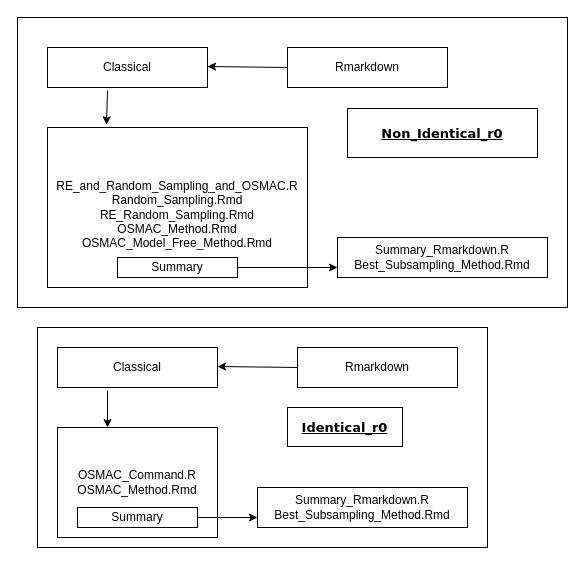
Above: Images/Rmarkdown.drawio in Amalan-ConStat/RS_OS_MROS_LR_Two_Var_Normal_Alpha (draw.io), before the change. Source tidied: cells renumbered, new cells numbered last; positions are measured from the earlier drawing's top-left corner, leaving out a move shared by most shapes. Both pictures are drawn from the tidied source at 100%, with x=0, y=0 at pixel (17, 17).
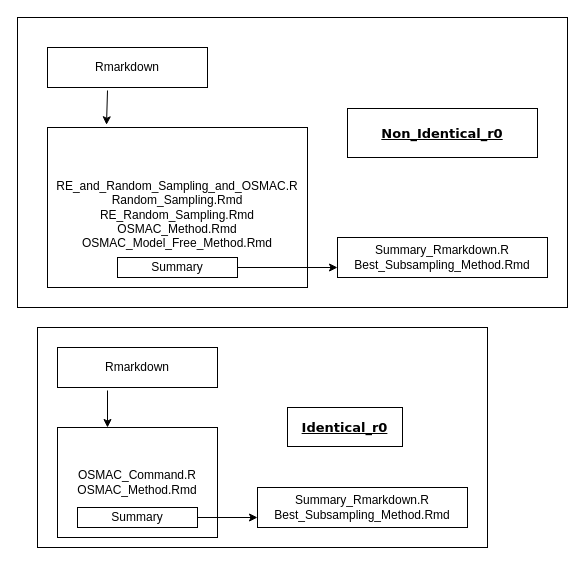
After the change.

Change to the diagram source:
```diff
@@
     <mxCell id="4" value="Rmarkdown" style="rounded=0;whiteSpace=wrap;html=1;" parent="1" vertex="1">
-      <mxGeometry x="270" y="30" width="160" height="40" as="geometry" />
+      <mxGeometry x="30" y="30" width="160" height="40" as="geometry" />
     </mxCell>
-    <mxCell id="5" value="Classical" style="rounded=0;whiteSpace=wrap;html=1;" parent="1" vertex="1">
-      <mxGeometry x="30" y="30" width="160" height="40" as="geometry" />
-    </mxCell>
-    <mxCell id="6" style="endArrow=classic;html=1;exitX=0;exitY=0.5;exitDx=0;exitDy=0;" parent="1" edge="1" source="4">
-      <mxGeometry relative="1" as="geometry">
-        <mxPoint x="190" y="49" as="targetPoint" />
-      </mxGeometry>
-    </mxCell>
@@
     <mxCell id="13" value="Rmarkdown" style="rounded=0;whiteSpace=wrap;html=1;" parent="1" vertex="1">
-      <mxGeometry x="280" y="330" width="160" height="40" as="geometry" />
+      <mxGeometry x="40" y="330" width="160" height="40" as="geometry" />
     </mxCell>
-    <mxCell id="14" value="Classical" style="rounded=0;whiteSpace=wrap;html=1;" parent="1" vertex="1">
-      <mxGeometry x="40" y="330" width="160" height="40" as="geometry" />
-    </mxCell>
-    <mxCell id="15" style="endArrow=classic;html=1;exitX=0;exitY=0.5;exitDx=0;exitDy=0;" parent="1" edge="1" source="13">
-      <mxGeometry relative="1" as="geometry">
-        <mxPoint x="200" y="349" as="targetPoint" />
-      </mxGeometry>
-    </mxCell>
```
